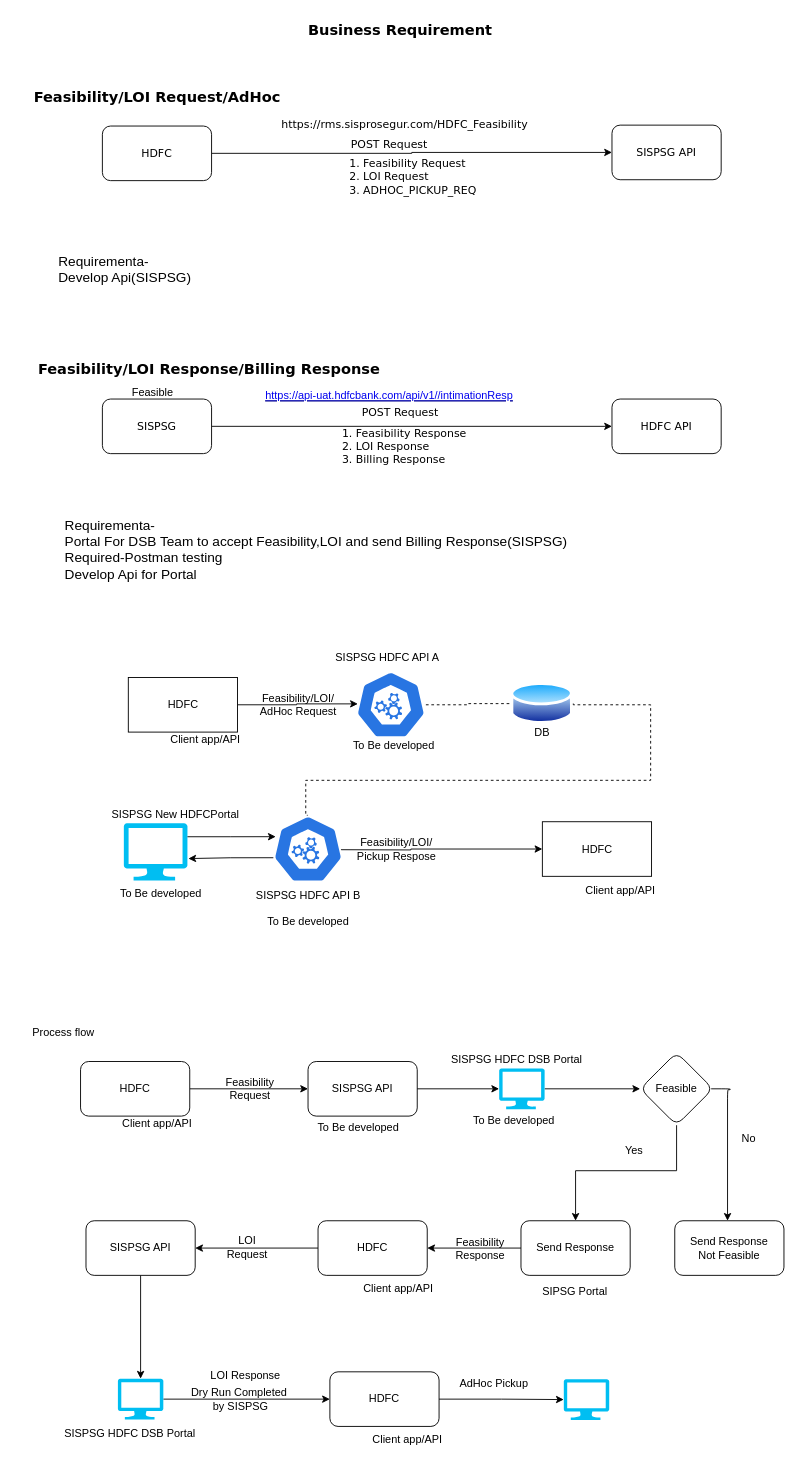
This is Hdfc.drawio from ubermachine/Drawio, a draw.io file, before an edit. Source tidied: cells renumbered, new cells numbered last; positions are measured from the earlier drawing's top-left corner, leaving out a move shared by most shapes. Both pictures are drawn from the tidied source at 91%, with x=0, y=0 at pixel (15, 15).
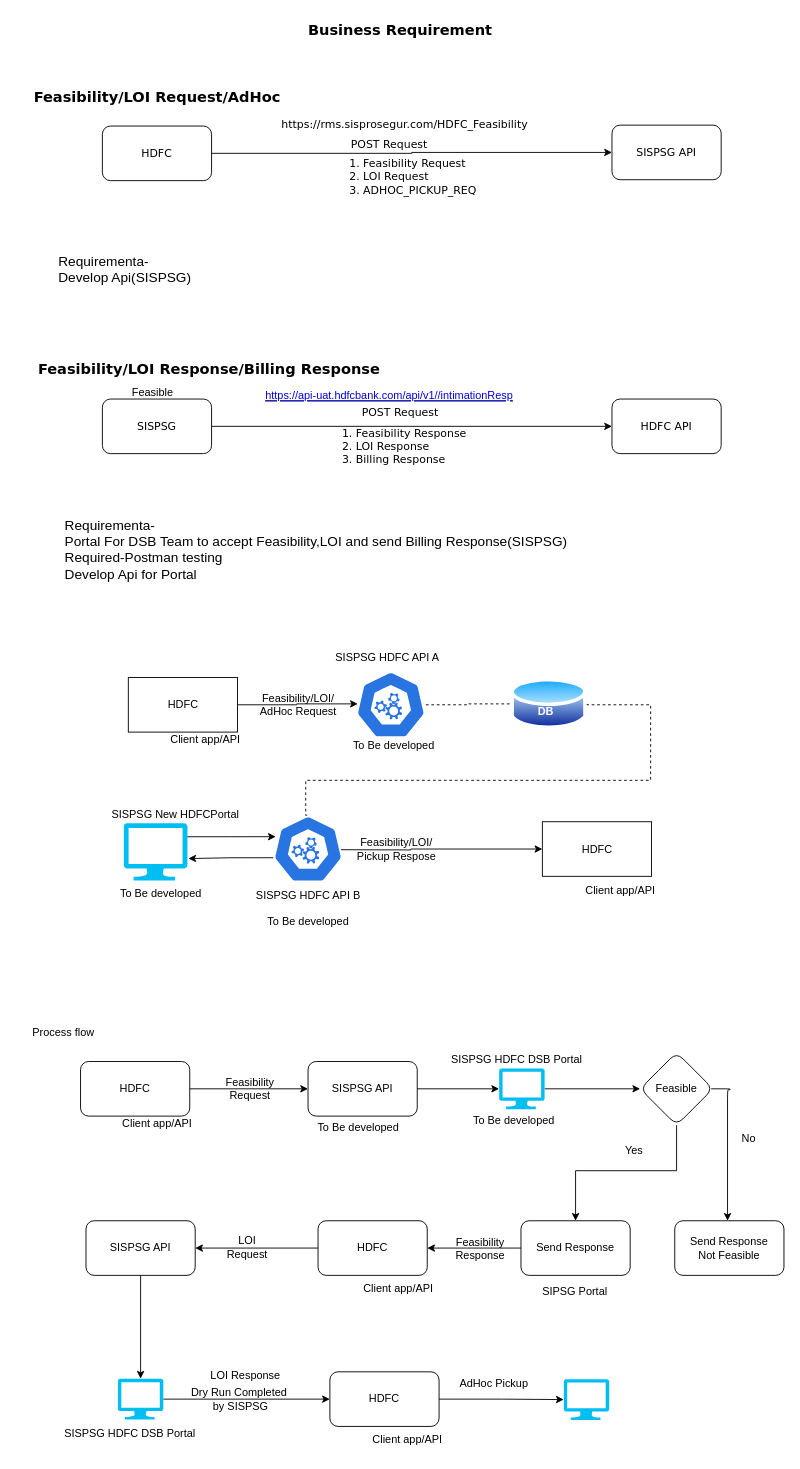
After the change.

Diff of the diagram source:
```diff
@@
     <mxCell id="28" style="image;perimeter=ellipsePerimeter;html=1;align=center;shadow=0;dashed=0;spacingTop=3;image=img/lib/active_directory/database.svg;" parent="1" vertex="1">
-      <mxGeometry x="544" y="730.3" width="68.5" height="50.7" as="geometry" />
+      <mxGeometry x="544" y="725" width="83.7" height="62" as="geometry" />
     </mxCell>
-    <mxCell id="29" value="DB" style="text;html=1;align=center;verticalAlign=middle;strokeColor=none;fillColor=none;" parent="1" vertex="1">
-      <mxGeometry x="558.2" y="773" width="40" height="30" as="geometry" />
+    <mxCell id="29" value="DB" style="text;html=1;align=center;verticalAlign=middle;fontStyle=1;fontColor=#FFFFFF;" parent="1" vertex="1">
+      <mxGeometry x="562" y="749.5" width="40" height="30" as="geometry" />
     </mxCell>
```
